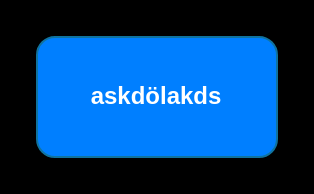
This is Untitled Diagram.drawio from nepokat/reve, a draw.io file, before an edit. Source tidied: cells renumbered, new cells numbered last; positions are measured from the earlier drawing's top-left corner, leaving out a move shared by most shapes. Both pictures are drawn from the tidied source at 200%, with x=0, y=0 at pixel (36, 36).
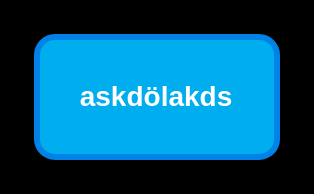
The same diagram, later.

Change to the diagram source:
```diff
@@
 <mxGraphModel background="#000000">
   <root>
     <mxCell id="0" />
     <mxCell id="1" parent="0" />
-    <mxCell id="2" value="&lt;h4&gt;&lt;font color=&quot;#ffffff&quot;&gt;askdölakds&lt;/font&gt;&lt;/h4&gt;" style="whiteSpace=wrap;html=1;rounded=1;strokeColor=#10739e;fillColor=#007FFF;sketch=0;" parent="1" vertex="1">
+    <mxCell id="2" value="&lt;h4 style=&quot;font-size: 14px;&quot;&gt;&lt;font style=&quot;font-size: 14px;&quot;&gt;askdölakds&lt;/font&gt;&lt;/h4&gt;" style="whiteSpace=wrap;html=1;rounded=1;sketch=0;fillColor=#00ADEF;arcSize=15;strokeColor=#0082E6;strokeWidth=3;glass=0;shadow=0;fontSize=14;fontColor=#FFFFFF;labelBackgroundColor=none;labelBorderColor=none;align=center;verticalAlign=middle;" parent="1" vertex="1">
       <mxGeometry width="120" height="60" as="geometry" />
     </mxCell>
   </root>
 </mxGraphModel>
```
